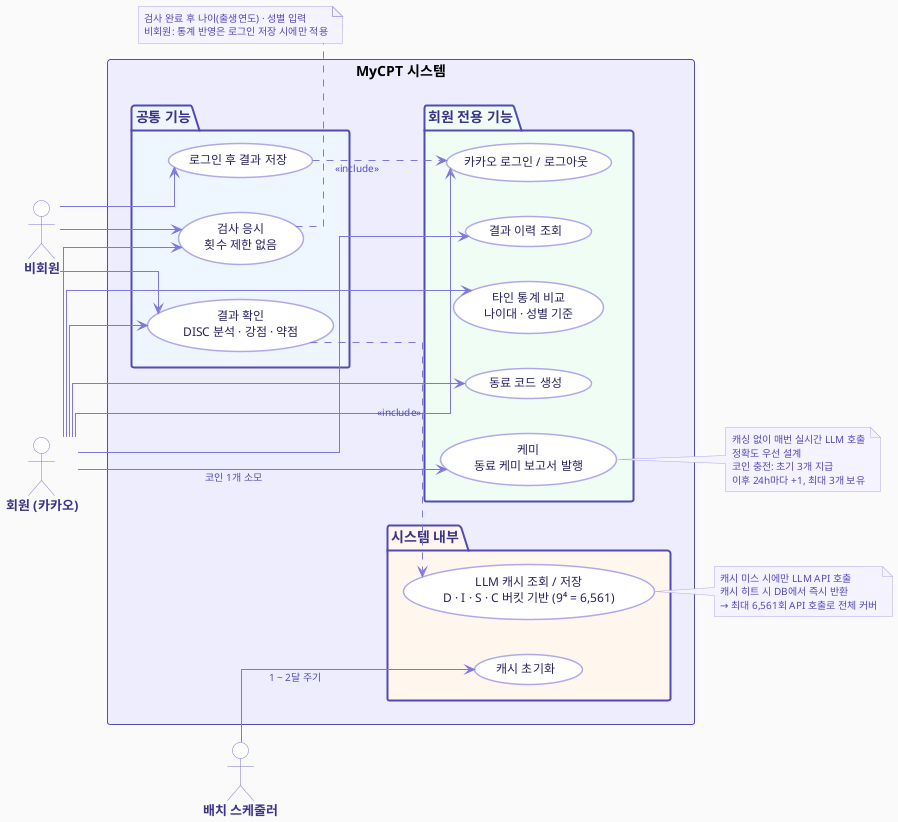
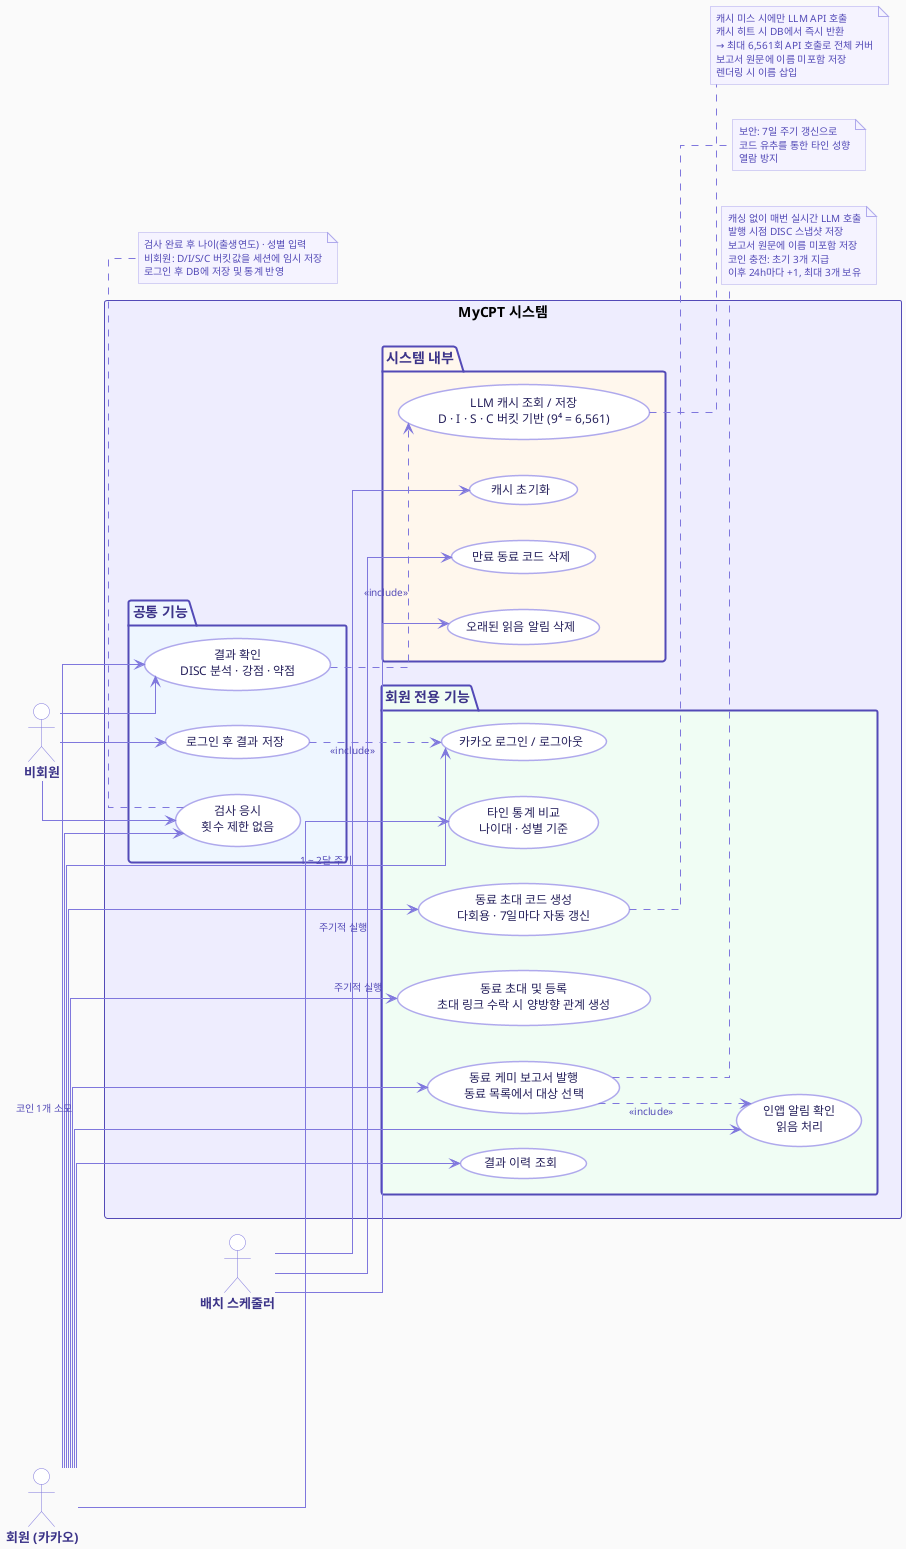
@startuml MyCPT_UseCase

left to right direction
skinparam backgroundColor #FAFAFA

skinparam actor {
  BackgroundColor #FFFFFF
  BorderColor #7F77DD
  FontColor #3C3489
  FontSize 13
  FontStyle bold
}

skinparam usecase {
  BackgroundColor #FFFFFF
  BorderColor #AFA9EC
  FontColor #26215C
  FontSize 12
  BorderThickness 1.5
  ArrowColor #7F77DD
  ArrowFontColor #534AB7
  ArrowFontSize 10
}

skinparam package {
  BackgroundColor #EEEDFE
  BorderColor #534AB7
  BorderThickness 2
  FontColor #3C3489
  FontSize 14
  FontStyle bold
}

skinparam note {
  BackgroundColor #F5F3FF
  BorderColor #AFA9EC
  FontColor #534AB7
  FontSize 10
}

skinparam linetype ortho

actor "비회원" as Guest
actor "회원 (카카오)" as Member
actor "배치 스케줄러" as Batch

rectangle "MyCPT 시스템" {

  package "공통 기능" #EEF6FF {
    usecase "검사 응시\n횟수 제한 없음" as UC_Test
    usecase "결과 확인\nDISC 분석 · 강점 · 약점" as UC_Result
    usecase "로그인 후 결과 저장" as UC_Save
  }

  package "회원 전용 기능" #F0FDF4 {
    usecase "카카오 로그인 / 로그아웃" as UC_Login
    usecase "결과 이력 조회" as UC_History
    usecase "타인 통계 비교\n나이대 · 성별 기준" as UC_Stats
-     usecase "동료 코드 생성" as UC_Code
-     usecase "케미\n동료 케미 보고서 발행" as UC_Compat
+     usecase "동료 초대 코드 생성\n다회용 · 7일마다 자동 갱신" as UC_Code
+     usecase "동료 초대 및 등록\n초대 링크 수락 시 양방향 관계 생성" as UC_ColleagueRegister
+     usecase "동료 케미 보고서 발행\n동료 목록에서 대상 선택" as UC_Compat
+     usecase "인앱 알림 확인\n읽음 처리" as UC_Notify
  }

  package "시스템 내부" #FFF7ED {
    usecase "LLM 캐시 조회 / 저장\nD · I · S · C 버킷 기반 (9⁴ = 6,561)" as UC_Cache
    usecase "캐시 초기화" as UC_Clear
+     usecase "만료 동료 코드 삭제" as UC_PeerCodeClean
+     usecase "오래된 읽음 알림 삭제" as UC_NotifyClean
  }
}
- 
- Guest  --> UC_Test
- Guest  --> UC_Result
- Guest  --> UC_Save

Member --> UC_Test
Member --> UC_Result
Member --> UC_Login
Member --> UC_History
Member --> UC_Stats
Member --> UC_Code
- Member --> UC_Compat  : 코인 1개 소모
+ Member --> UC_ColleagueRegister
+ Member --> UC_Compat      : 코인 1개 소모
+ Member --> UC_Notify

- Batch  --> UC_Clear   : 1 ~ 2달 주기
+ Guest  --> UC_Test
+ Guest  --> UC_Result
+ Guest  --> UC_Save
+ 
+ Batch  --> UC_Clear        : 1 ~ 2달 주기
+ Batch  --> UC_PeerCodeClean : 주기적 실행
+ Batch  --> UC_NotifyClean   : 주기적 실행

UC_Result ..> UC_Cache : <<include>>
UC_Save   ..> UC_Login : <<include>>
+ UC_Compat ..> UC_Notify : <<include>>

note right of UC_Cache
  캐시 미스 시에만 LLM API 호출
  캐시 히트 시 DB에서 즉시 반환
  → 최대 6,561회 API 호출로 전체 커버
+   보고서 원문에 이름 미포함 저장
+   렌더링 시 이름 삽입
end note

note right of UC_Compat
  캐싱 없이 매번 실시간 LLM 호출
-   정확도 우선 설계
+   발행 시점 DISC 스냅샷 저장
+   보고서 원문에 이름 미포함 저장
  코인 충전: 초기 3개 지급
  이후 24h마다 +1, 최대 3개 보유
end note

+ note right of UC_Code
+   보안: 7일 주기 갱신으로
+   코드 유추를 통한 타인 성향
+   열람 방지
+ end note
+ 
note bottom of UC_Test
  검사 완료 후 나이(출생연도) · 성별 입력
-   비회원: 통계 반영은 로그인 저장 시에만 적용
+   비회원: D/I/S/C 버킷값을 세션에 임시 저장
+   로그인 후 DB에 저장 및 통계 반영
end note

@enduml